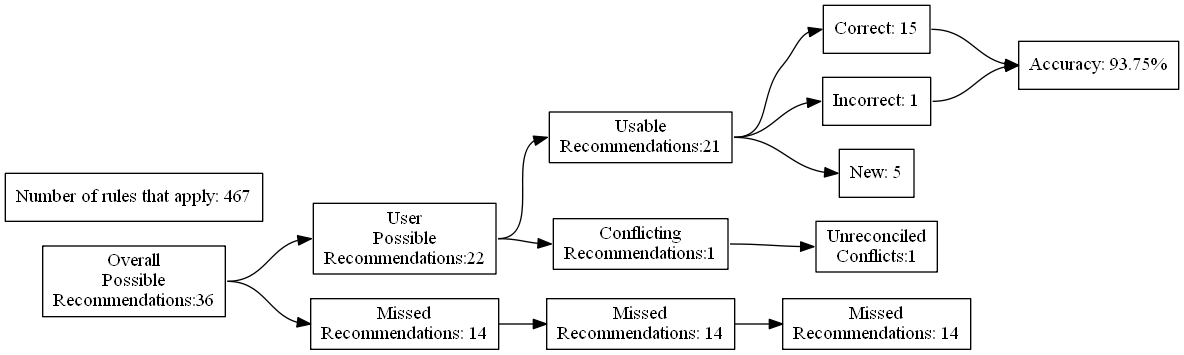
ZaxR/ibd_diet_analysis keeps this Graphviz diagram as test_renders/81.gv.png. Above is the earlier version. Its source is kept beside it as test_renders/81.gv. The source it was exported from:
```dot
digraph {
	graph [rankdir=LR]
	node [pos=r shape=box]
	edge [headport=w tailport=e]
		A [label="Overall
Possible
Recommendations:36"]
		B [label="User
Possible
Recommendations:22"]
		C [label="Missed
Recommendations: 14"]
		D [label="Usable
Recommendations:21"]
		E [label="Conflicting
Recommendations:1"]
		J [label="Missed
Recommendations: 14"]
		M [label="Unreconciled
Conflicts:1"]
		F [label="Correct: 15"]
		G [label="Incorrect: 1"]
		H [label="New: 5"]
		K [label="Missed
Recommendations: 14"]
		I [label="Accuracy: 93.75%"]
		l [label="Number of rules that apply: 467"]
			A -> B
			A -> C
			B -> D
			B -> E
			D -> F
			D -> G
			D -> H
			F -> I
			G -> I
			C -> J
			J -> K
			E -> M
}
```
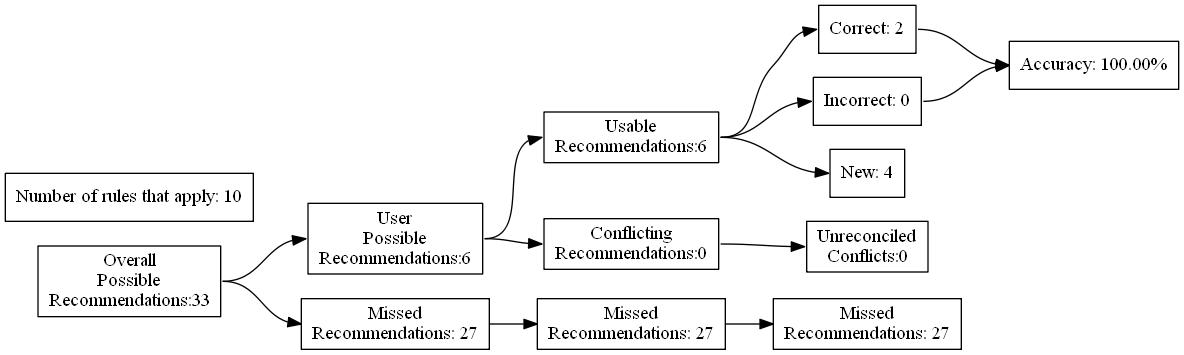
After the change.

Change to the diagram source:
```diff
@@ -4,27 +4,27 @@
 	edge [headport=w tailport=e]
 		A [label="Overall
 Possible
-Recommendations:36"]
+Recommendations:33"]
 		B [label="User
 Possible
-Recommendations:22"]
+Recommendations:6"]
 		C [label="Missed
-Recommendations: 14"]
+Recommendations: 27"]
 		D [label="Usable
-Recommendations:21"]
+Recommendations:6"]
 		E [label="Conflicting
-Recommendations:1"]
+Recommendations:0"]
 		J [label="Missed
-Recommendations: 14"]
+Recommendations: 27"]
 		M [label="Unreconciled
-Conflicts:1"]
-		F [label="Correct: 15"]
-		G [label="Incorrect: 1"]
-		H [label="New: 5"]
+Conflicts:0"]
+		F [label="Correct: 2"]
+		G [label="Incorrect: 0"]
+		H [label="New: 4"]
 		K [label="Missed
-Recommendations: 14"]
-		I [label="Accuracy: 93.75%"]
-		l [label="Number of rules that apply: 467"]
+Recommendations: 27"]
+		I [label="Accuracy: 100.00%"]
+		l [label="Number of rules that apply: 10"]
 			A -> B
 			A -> C
 			B -> D
```
